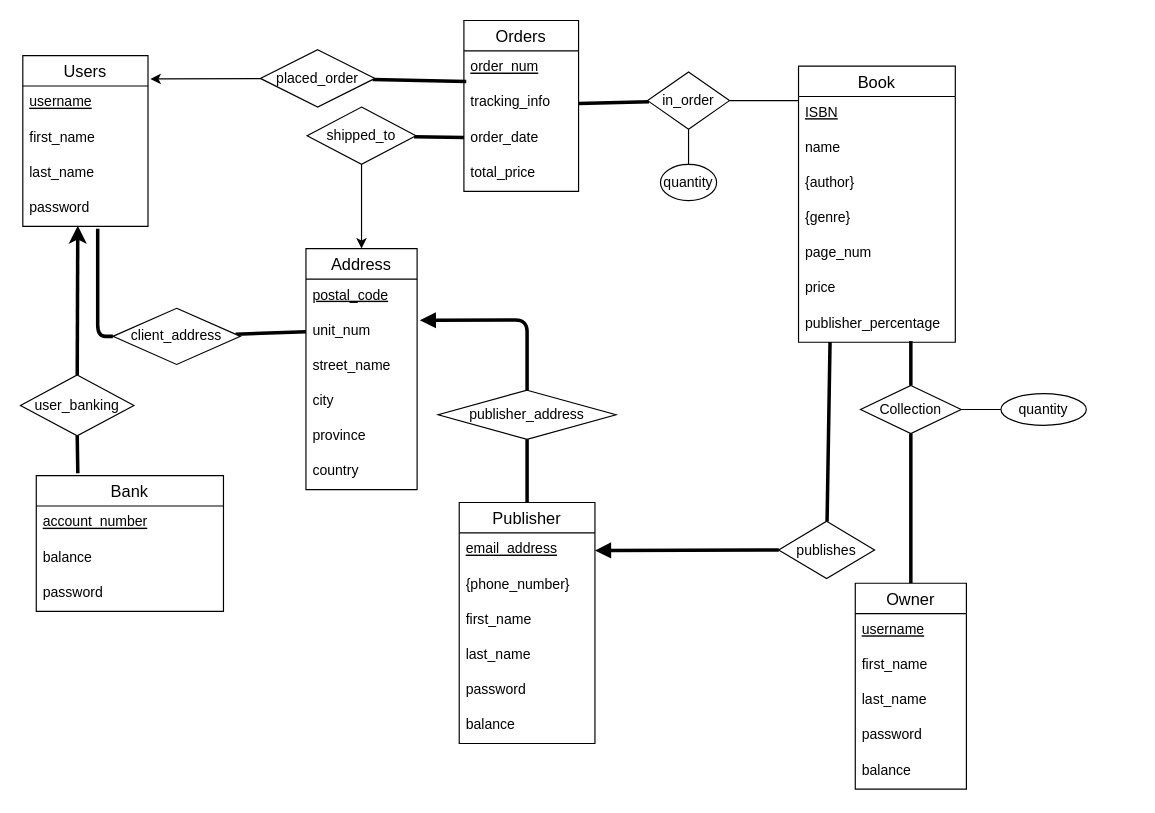
Earlier version of the draw.io diagram Diagrams/2.1 Conceptual Design.drawio (MiniEinsteinD/BookStore). Source tidied: cells renumbered, new cells numbered last; positions are measured from the earlier drawing's top-left corner, leaving out a move shared by most shapes. Both pictures are drawn from the tidied source at 117%, with x=0, y=0 at pixel (20, 20).
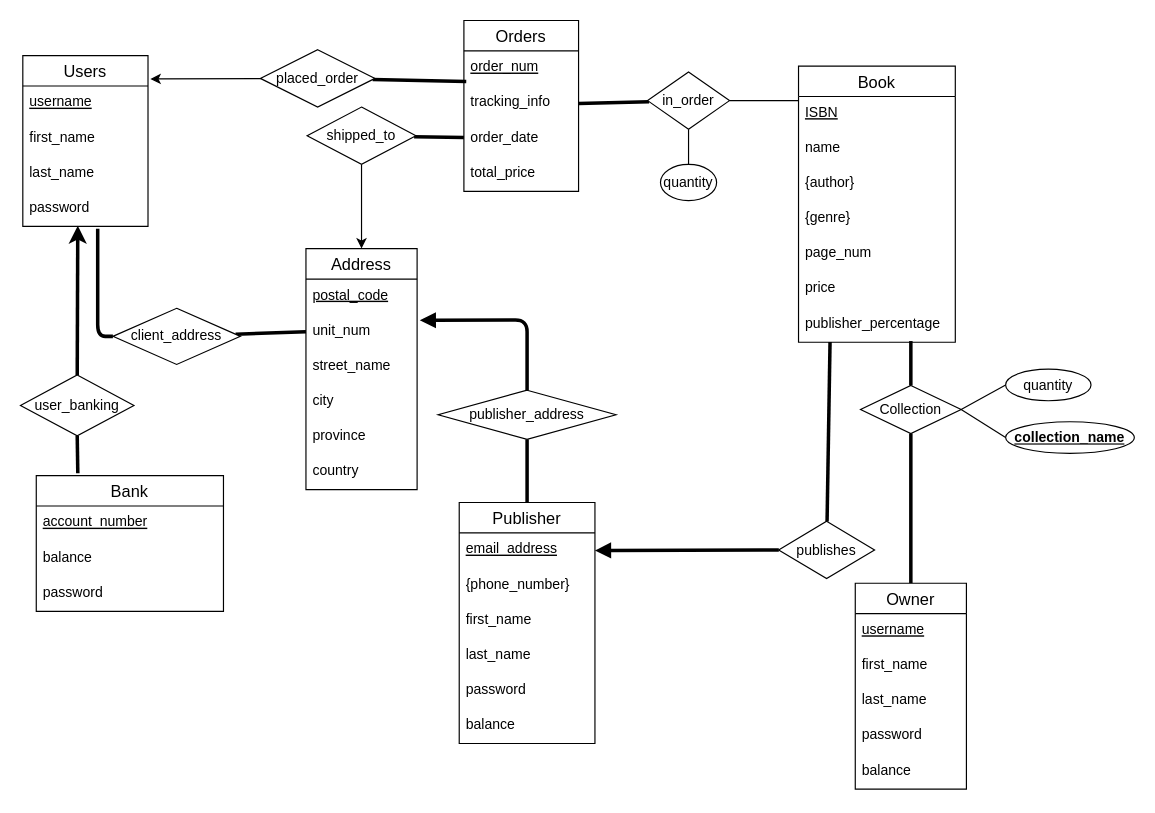
After the change.

Commit message (it also covers changes not shown here):
added collection_name, edited owner.py

The change refers to these unchanged cells:
```xml
<mxCell id="17" value="Collection" style="shape=rhombus;perimeter=rhombusPerimeter;whiteSpace=wrap;html=1;align=center;fontColor=default;" parent="1" vertex="1">
  <mxGeometry x="718" y="312" width="86" height="41" as="geometry" />
</mxCell>
```

Diff of the diagram source:
```diff
@@
     <mxCell id="19" value="&lt;span style=&quot;text-align: left&quot;&gt;quantity&lt;/span&gt;" style="ellipse;whiteSpace=wrap;html=1;align=center;fontColor=default;" parent="1" vertex="1">
-      <mxGeometry x="838" y="319" width="73" height="27" as="geometry" />
+      <mxGeometry x="842" y="298" width="73" height="27" as="geometry" />
     </mxCell>
@@
+    <mxCell id="72" style="edgeStyle=none;html=1;entryX=1;entryY=0.5;entryDx=0;entryDy=0;endArrow=none;endFill=0;exitX=0;exitY=0.5;exitDx=0;exitDy=0;" parent="1" edge="1" source="73" target="17">
+      <mxGeometry relative="1" as="geometry" />
+    </mxCell>
+    <mxCell id="73" value="&lt;div style=&quot;text-align: left&quot;&gt;&lt;span&gt;&lt;u&gt;&lt;b&gt;collection_name&lt;/b&gt;&lt;/u&gt;&lt;/span&gt;&lt;/div&gt;" style="ellipse;whiteSpace=wrap;html=1;align=center;fontColor=default;" parent="1" vertex="1">
+      <mxGeometry x="842" y="343" width="110" height="27" as="geometry" />
+    </mxCell>
```
